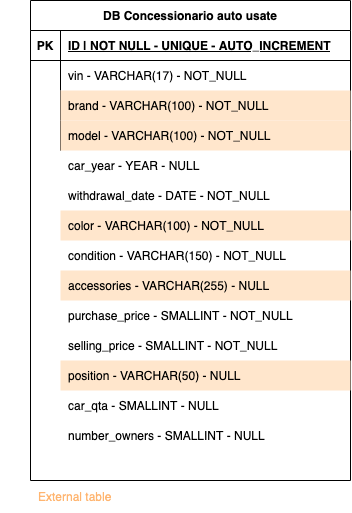
AlexBosio95/db-first keeps this draw.io diagram as DB_car.png. Above is the earlier version. Source tidied: cells renumbered, new cells last; positions are measured from the earlier drawing's top-left corner, leaving out a move shared by most shapes.
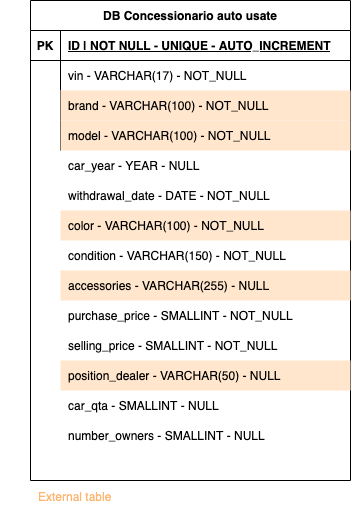
Above is the later version.

Diff of the diagram source:
```diff
@@ -62,7 +62,7 @@
     <mxCell id="21" value="selling_price - SMALLINT - NOT_NULL" style="shape=partialRectangle;fillColor=none;top=0;left=0;bottom=0;right=0;align=left;spacingLeft=6;overflow=hidden;fillStyle=solid;" parent="1" vertex="1">
       <mxGeometry x="60" y="330" width="290" height="30" as="geometry" />
     </mxCell>
-    <mxCell id="22" value="position - VARCHAR(50) - NULL" style="shape=partialRectangle;fillColor=#ffe6cc;top=0;left=0;bottom=0;right=0;align=left;spacingLeft=6;overflow=hidden;fillStyle=solid;strokeColor=#d79b00;" parent="1" vertex="1">
+    <mxCell id="22" value="position_dealer - VARCHAR(50) - NULL" style="shape=partialRectangle;fillColor=#ffe6cc;top=0;left=0;bottom=0;right=0;align=left;spacingLeft=6;overflow=hidden;fillStyle=solid;strokeColor=#d79b00;" parent="1" vertex="1">
       <mxGeometry x="60" y="360" width="290" height="30" as="geometry" />
     </mxCell>
     <mxCell id="23" value="car_qta - SMALLINT - NULL" style="shape=partialRectangle;fillColor=none;top=0;left=0;bottom=0;right=0;align=left;spacingLeft=6;overflow=hidden;fillStyle=solid;" parent="1" vertex="1">
```
